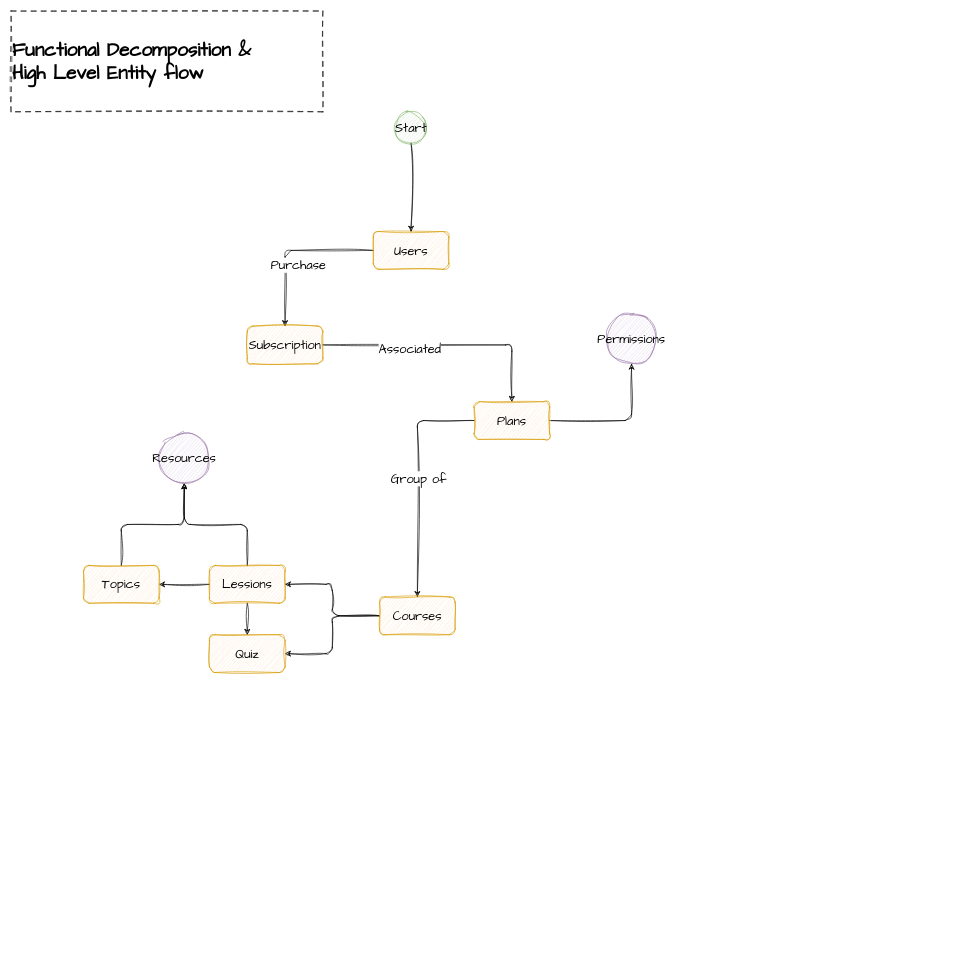
Before: LMS.drawio in rut2/diagrams, a draw.io diagram. Source tidied: cells renumbered, new cells numbered last; positions are measured from the earlier drawing's top-left corner, leaving out a move shared by most shapes. Both pictures are drawn from the tidied source at 63%, with x=0, y=0 at pixel (11, 11).
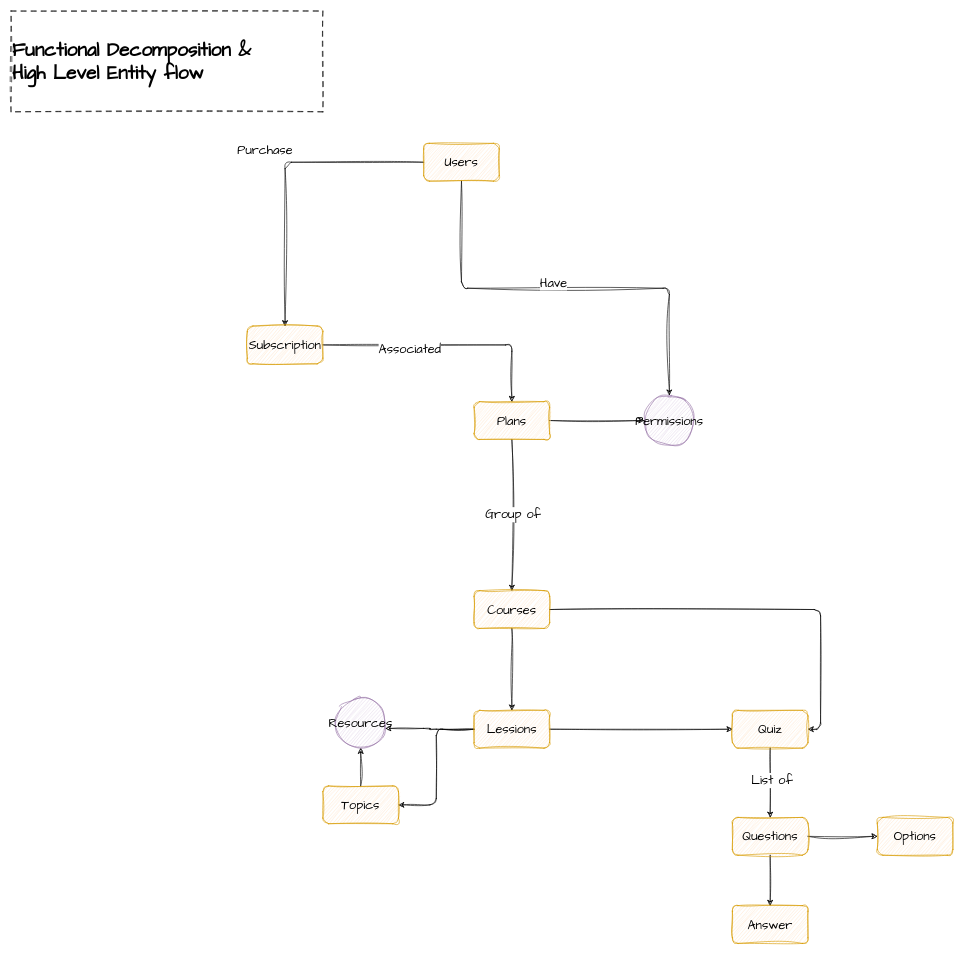
The same page after the edit.

Unchanged cells that the change refers to:
```xml
<mxCell id="2" style="edgeStyle=orthogonalEdgeStyle;rounded=1;sketch=1;hachureGap=4;jiggle=2;curveFitting=1;jettySize=auto;html=1;fontFamily=Architects Daughter;fontSize=16;curved=0;" parent="1" edge="1" source="4" target="7">
  <mxGeometry relative="1" as="geometry" />
</mxCell>
```

The edit, as a diff of the source:
```diff
@@
     <mxCell id="3" value="Purchase" style="edgeLabel;html=1;align=center;verticalAlign=middle;fontSize=20;fontFamily=Architects Daughter;rounded=1;" parent="2" vertex="1">
-      <mxGeometry x="-0.08" y="22" relative="1" as="geometry" />
+      <mxGeometry x="-0.08" y="22" relative="1" as="geometry">
+        <mxPoint x="-55" y="-22" as="offset" />
+      </mxGeometry>
     </mxCell>
+    <mxCell id="27" style="edgeStyle=orthogonalEdgeStyle;rounded=1;sketch=1;hachureGap=4;jiggle=2;curveFitting=1;jettySize=auto;html=1;entryX=0.5;entryY=0;entryDx=0;entryDy=0;fontFamily=Architects Daughter;fontSize=20;fontColor=default;exitX=0.5;exitY=1;exitDx=0;exitDy=0;" parent="1" edge="1" source="4" target="12">
+      <mxGeometry relative="1" as="geometry" />
+    </mxCell>
+    <mxCell id="28" value="Have" style="edgeLabel;html=1;align=center;verticalAlign=middle;fontSize=20;fontFamily=Architects Daughter;fontColor=default;" parent="27" vertex="1">
+      <mxGeometry x="-0.34" relative="1" as="geometry">
+        <mxPoint x="94" y="-10" as="offset" />
+      </mxGeometry>
+    </mxCell>
     <mxCell id="4" value="Users" style="rounded=1;whiteSpace=wrap;html=1;sketch=1;hachureGap=4;jiggle=2;curveFitting=1;fontFamily=Architects Daughter;fontSize=20;fillColor=#ffe6cc;strokeColor=#d79b00;" parent="1" vertex="1">
-      <mxGeometry x="575" y="350" width="120" height="60" as="geometry" />
+      <mxGeometry x="655" y="210" width="120" height="60" as="geometry" />
     </mxCell>
@@
     <mxCell id="12" value="Permissions" style="ellipse;whiteSpace=wrap;html=1;fontSize=20;fontFamily=Architects Daughter;fillColor=#e1d5e7;strokeColor=#9673a6;rounded=1;sketch=1;hachureGap=4;jiggle=2;curveFitting=1;" parent="1" vertex="1">
-      <mxGeometry x="945" y="480" width="80" height="80" as="geometry" />
+      <mxGeometry x="1005" y="610" width="80" height="80" as="geometry" />
     </mxCell>
@@
     <mxCell id="15" value="Courses" style="whiteSpace=wrap;html=1;fontSize=20;fontFamily=Architects Daughter;fillColor=#ffe6cc;strokeColor=#d79b00;rounded=1;sketch=1;hachureGap=4;jiggle=2;curveFitting=1;" parent="1" vertex="1">
-      <mxGeometry x="585" y="930" width="120" height="60" as="geometry" />
+      <mxGeometry x="735" y="920" width="120" height="60" as="geometry" />
     </mxCell>
-    <mxCell id="16" style="edgeStyle=orthogonalEdgeStyle;rounded=1;sketch=1;hachureGap=4;jiggle=2;curveFitting=1;jettySize=auto;html=1;fontFamily=Architects Daughter;fontSize=16;" parent="1" edge="1" source="19" target="21">
+    <mxCell id="16" style="edgeStyle=orthogonalEdgeStyle;rounded=1;sketch=1;hachureGap=4;jiggle=2;curveFitting=1;jettySize=auto;html=1;fontFamily=Architects Daughter;fontSize=16;entryX=1;entryY=0.5;entryDx=0;entryDy=0;" parent="1" edge="1" source="19" target="21">
       <mxGeometry relative="1" as="geometry" />
     </mxCell>
@@
-    <mxCell id="18" style="edgeStyle=orthogonalEdgeStyle;rounded=1;sketch=1;hachureGap=4;jiggle=2;curveFitting=1;jettySize=auto;html=1;entryX=0.5;entryY=1;entryDx=0;entryDy=0;fontFamily=Architects Daughter;fontSize=16;" parent="1" edge="1" source="19" target="23">
+    <mxCell id="18" style="edgeStyle=orthogonalEdgeStyle;rounded=1;sketch=1;hachureGap=4;jiggle=2;curveFitting=1;jettySize=auto;html=1;entryX=0.994;entryY=0.609;entryDx=0;entryDy=0;fontFamily=Architects Daughter;fontSize=16;entryPerimeter=0;" parent="1" edge="1" source="19" target="23">
       <mxGeometry relative="1" as="geometry" />
     </mxCell>
     <mxCell id="19" value="Lessions" style="whiteSpace=wrap;html=1;fontSize=20;fontFamily=Architects Daughter;fillColor=#ffe6cc;strokeColor=#d79b00;rounded=1;sketch=1;hachureGap=4;jiggle=2;curveFitting=1;" parent="1" vertex="1">
-      <mxGeometry x="315" y="880" width="120" height="60" as="geometry" />
+      <mxGeometry x="735" y="1110" width="120" height="60" as="geometry" />
     </mxCell>
-    <mxCell id="20" style="edgeStyle=orthogonalEdgeStyle;rounded=1;sketch=1;hachureGap=4;jiggle=2;curveFitting=1;jettySize=auto;html=1;fontFamily=Architects Daughter;fontSize=16;" parent="1" edge="1" source="21" target="23">
+    <mxCell id="20" style="edgeStyle=orthogonalEdgeStyle;rounded=1;sketch=1;hachureGap=4;jiggle=2;curveFitting=1;jettySize=auto;html=1;fontFamily=Architects Daughter;fontSize=16;exitX=0.5;exitY=0;exitDx=0;exitDy=0;" parent="1" edge="1" source="21" target="23">
       <mxGeometry relative="1" as="geometry" />
     </mxCell>
     <mxCell id="21" value="Topics" style="whiteSpace=wrap;html=1;fontSize=20;fontFamily=Architects Daughter;fillColor=#ffe6cc;strokeColor=#d79b00;rounded=1;sketch=1;hachureGap=4;jiggle=2;curveFitting=1;" parent="1" vertex="1">
-      <mxGeometry x="115" y="880" width="120" height="60" as="geometry" />
+      <mxGeometry x="495" y="1230" width="120" height="60" as="geometry" />
     </mxCell>
+    <mxCell id="29" style="edgeStyle=orthogonalEdgeStyle;rounded=1;sketch=1;hachureGap=4;jiggle=2;curveFitting=1;jettySize=auto;html=1;fontFamily=Architects Daughter;fontSize=20;fontColor=default;" parent="1" edge="1" source="22" target="33">
+      <mxGeometry relative="1" as="geometry" />
+    </mxCell>
+    <mxCell id="30" value="List of" style="edgeLabel;html=1;align=center;verticalAlign=middle;fontSize=20;fontFamily=Architects Daughter;fontColor=default;" parent="29" vertex="1">
+      <mxGeometry x="-0.1" y="2" relative="1" as="geometry" />
+    </mxCell>
-    <mxCell id="22" value="Quiz" style="whiteSpace=wrap;html=1;fontSize=20;fontFamily=Architects Daughter;fillColor=#ffe6cc;strokeColor=#d79b00;rounded=1;sketch=1;hachureGap=4;jiggle=2;curveFitting=1;" parent="1" vertex="1">
-      <mxGeometry x="315" y="990" width="120" height="60" as="geometry" />
+    <mxCell id="22" value="Quiz" style="whiteSpace=wrap;html=1;fontSize=20;fontFamily=Architects Daughter;fillColor=#ffe6cc;strokeColor=#d79b00;rounded=1;sketch=1;hachureGap=4;jiggle=2;curveFitting=1;glass=0;" parent="1" vertex="1">
+      <mxGeometry x="1145" y="1110" width="120" height="60" as="geometry" />
     </mxCell>
     <mxCell id="23" value="Resources" style="ellipse;whiteSpace=wrap;html=1;fontSize=20;fontFamily=Architects Daughter;fillColor=#e1d5e7;strokeColor=#9673a6;rounded=1;sketch=1;hachureGap=4;jiggle=2;curveFitting=1;" parent="1" vertex="1">
-      <mxGeometry x="235" y="670" width="80" height="80" as="geometry" />
+      <mxGeometry x="515" y="1090" width="80" height="80" as="geometry" />
     </mxCell>
-    <mxCell id="24" style="edgeStyle=orthogonalEdgeStyle;rounded=1;sketch=1;hachureGap=4;jiggle=2;curveFitting=1;jettySize=auto;html=1;fontFamily=Architects Daughter;fontSize=16;" parent="1" edge="1" source="25" target="4">
-      <mxGeometry relative="1" as="geometry" />
-    </mxCell>
-    <mxCell id="25" value="Start" style="ellipse;whiteSpace=wrap;html=1;rounded=1;sketch=1;hachureGap=4;jiggle=2;curveFitting=1;fontFamily=Architects Daughter;fontSize=20;fillColor=#d5e8d4;strokeColor=#82b366;" parent="1" vertex="1">
-      <mxGeometry x="610" y="160" width="50" height="50" as="geometry" />
-    </mxCell>
@@
+    <mxCell id="31" style="edgeStyle=orthogonalEdgeStyle;rounded=1;sketch=1;hachureGap=4;jiggle=2;curveFitting=1;jettySize=auto;html=1;fontFamily=Architects Daughter;fontSize=20;fontColor=default;" parent="1" edge="1" source="33" target="34">
+      <mxGeometry relative="1" as="geometry" />
+    </mxCell>
+    <mxCell id="32" style="edgeStyle=orthogonalEdgeStyle;rounded=1;sketch=1;hachureGap=4;jiggle=2;curveFitting=1;jettySize=auto;html=1;fontFamily=Architects Daughter;fontSize=20;fontColor=default;" parent="1" edge="1" source="33" target="35">
+      <mxGeometry relative="1" as="geometry" />
+    </mxCell>
+    <mxCell id="33" value="Questions" style="whiteSpace=wrap;html=1;fontSize=20;fontFamily=Architects Daughter;fillColor=#ffe6cc;strokeColor=#d79b00;rounded=1;sketch=1;hachureGap=4;jiggle=2;curveFitting=1;glass=0;" parent="1" vertex="1">
+      <mxGeometry x="1145" y="1280" width="120" height="60" as="geometry" />
+    </mxCell>
+    <mxCell id="34" value="Options" style="whiteSpace=wrap;html=1;fontSize=20;fontFamily=Architects Daughter;fillColor=#ffe6cc;strokeColor=#d79b00;rounded=1;sketch=1;hachureGap=4;jiggle=2;curveFitting=1;glass=0;" parent="1" vertex="1">
+      <mxGeometry x="1375" y="1280" width="120" height="60" as="geometry" />
+    </mxCell>
+    <mxCell id="35" value="Answer" style="whiteSpace=wrap;html=1;fontSize=20;fontFamily=Architects Daughter;fillColor=#ffe6cc;strokeColor=#d79b00;rounded=1;sketch=1;hachureGap=4;jiggle=2;curveFitting=1;glass=0;" parent="1" vertex="1">
+      <mxGeometry x="1145" y="1420" width="120" height="60" as="geometry" />
+    </mxCell>
```
